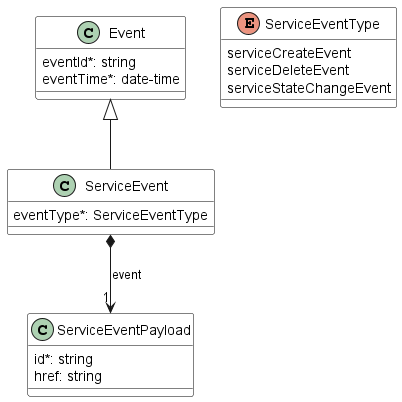
MEF-GIT/MEF-LSO-Legato-SDK keeps this PlantUML diagram as documentation/serviceApi/inventory/media/serviceNotificationModel.png. Above is the earlier version. The source it was exported from:
```plantuml
@startuml
skinparam {
    ClassBackgroundColor White
    ClassBorderColor Black
}


class Event {

    eventId*: string
    eventTime*: date-time
}



class ServiceEvent {

    eventType*: ServiceEventType
}
Event <|-- ServiceEvent

ServiceEvent *-->"1" ServiceEventPayload : event


class ServiceEventPayload {

    id*: string
    href: string
}



enum ServiceEventType {

    serviceCreateEvent
    serviceDeleteEvent
    serviceStateChangeEvent
}
@enduml
```
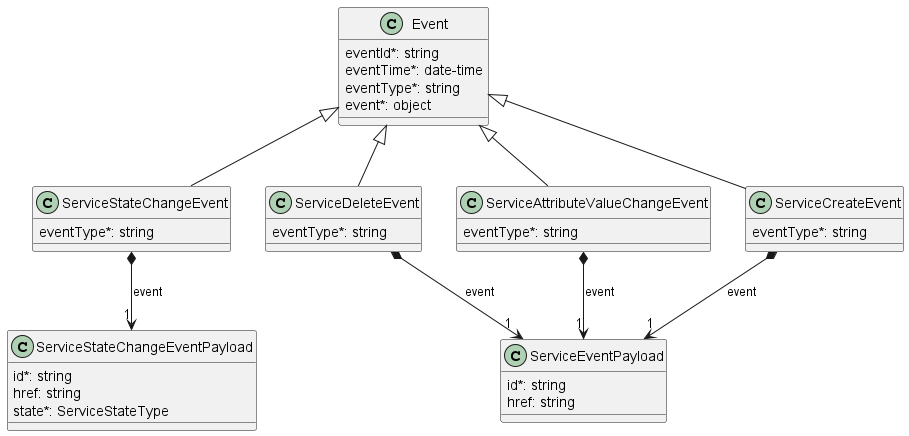
The same diagram one commit later.

Change to the diagram source:
```diff
@@ -1,25 +1,14 @@
 @startuml
-skinparam {
-    ClassBackgroundColor White
-    ClassBorderColor Black
-}
 
 
 class Event {
 
     eventId*: string
     eventTime*: date-time
+    eventType*: string
+    event*: object
 }
 
-
-
-class ServiceEvent {
-
-    eventType*: ServiceEventType
-}
-Event <|-- ServiceEvent
-
-ServiceEvent *-->"1" ServiceEventPayload : event
 
 
 class ServiceEventPayload {
@@ -30,10 +19,49 @@
 
 
 
-enum ServiceEventType {
+class ServiceCreateEvent {
 
-    serviceCreateEvent
-    serviceDeleteEvent
-    serviceStateChangeEvent
+    eventType*: string
 }
+Event <|-- ServiceCreateEvent
+
+ServiceCreateEvent *-->"1" ServiceEventPayload : event
+
+
+class ServiceStateChangeEvent {
+
+    eventType*: string
+}
+Event <|-- ServiceStateChangeEvent
+
+ServiceStateChangeEvent *-->"1" ServiceStateChangeEventPayload : event
+
+
+class ServiceStateChangeEventPayload {
+
+    id*: string
+    href: string
+    state*: ServiceStateType
+}
+
+
+
+class ServiceDeleteEvent {
+
+    eventType*: string
+}
+Event <|-- ServiceDeleteEvent
+
+ServiceDeleteEvent *-->"1" ServiceEventPayload : event
+
+
+class ServiceAttributeValueChangeEvent {
+
+    eventType*: string
+}
+Event <|-- ServiceAttributeValueChangeEvent
+
+ServiceAttributeValueChangeEvent *-->"1" ServiceEventPayload : event
+
+
 @enduml
```
